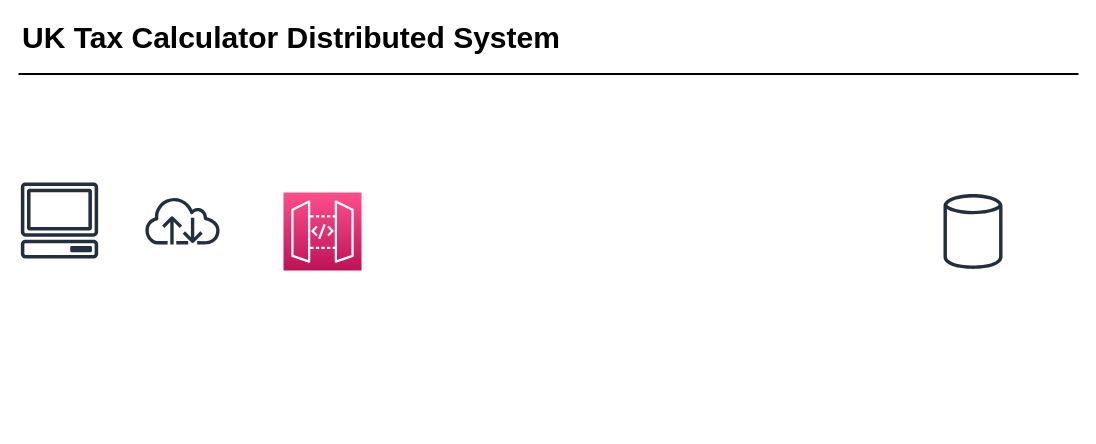
Above: TaxCalculator.drawio in Ydiren/TaxCalculator (draw.io), before the change. Source tidied: cells renumbered, new cells numbered last; positions are measured from the earlier drawing's top-left corner, leaving out a move shared by most shapes. Both pictures are drawn from the tidied source at 100%, with x=0, y=0 at pixel (18, 16).
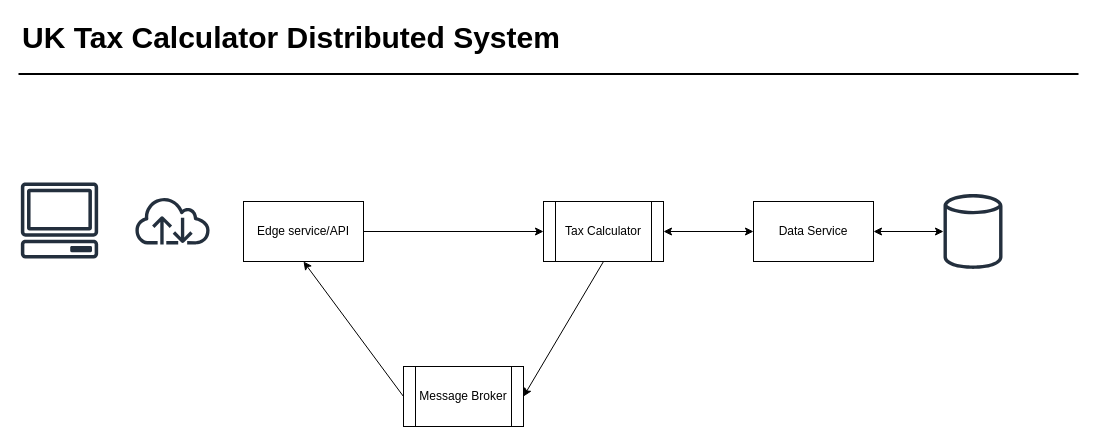
After the change.

Change to the diagram source:
```diff
@@
 <mxGraphModel>
   <root>
     <mxCell id="0" />
     <mxCell id="1" parent="0" />
     <mxCell id="2" value="UK Tax Calculator Distributed System" style="text;html=1;align=left;verticalAlign=top;spacingTop=-4;fontSize=30;fontStyle=1;" parent="1" vertex="1">
       <mxGeometry x="1.5" y="0.5" width="560" height="40" as="geometry" />
     </mxCell>
     <mxCell id="3" style="line;strokeWidth=2;html=1;fontSize=14;" parent="1" vertex="1">
       <mxGeometry y="52.5" width="1060" height="10" as="geometry" />
     </mxCell>
     <mxCell id="4" style="sketch=0;fontColor=#232F3E;gradientColor=none;fillColor=#232F3D;strokeColor=none;dashed=0;verticalLabelPosition=bottom;verticalAlign=top;align=center;html=1;fontSize=12;fontStyle=0;shape=mxgraph.aws4.client;" parent="1" vertex="1">
       <mxGeometry x="2" y="166" width="78" height="76" as="geometry" />
     </mxCell>
     <mxCell id="5" style="sketch=0;outlineConnect=0;fontColor=#232F3E;gradientColor=none;fillColor=#232F3D;strokeColor=none;dashed=0;verticalLabelPosition=bottom;verticalAlign=top;align=center;html=1;fontSize=12;fontStyle=0;shape=mxgraph.aws4.generic_database;" parent="1" vertex="1">
       <mxGeometry x="925" y="176" width="59" height="78" as="geometry" />
     </mxCell>
     <mxCell id="6" style="sketch=0;fontColor=#232F3E;gradientColor=none;fillColor=#232F3D;strokeColor=none;dashed=0;verticalLabelPosition=bottom;verticalAlign=top;align=center;html=1;fontSize=12;fontStyle=0;shape=mxgraph.aws4.internet;" parent="1" vertex="1">
-      <mxGeometry x="125" y="180" width="78" height="48" as="geometry" />
+      <mxGeometry x="115" y="180" width="78" height="48" as="geometry" />
     </mxCell>
-    <mxCell id="7" style="sketch=0;fontColor=#232F3E;gradientColor=#FF4F8B;gradientDirection=north;fillColor=#BC1356;strokeColor=#ffffff;dashed=0;verticalLabelPosition=bottom;verticalAlign=top;align=center;html=1;fontSize=12;fontStyle=0;shape=mxgraph.aws4.resourceIcon;resIcon=mxgraph.aws4.api_gateway;" parent="1" vertex="1">
-      <mxGeometry x="265" y="176" width="78" height="78" as="geometry" />
-    </mxCell>
+    <mxCell id="8" value="Message Broker" style="shape=process;whiteSpace=wrap;html=1;backgroundOutline=1;" parent="1" vertex="1">
+      <mxGeometry x="385" y="350" width="120" height="60" as="geometry" />
+    </mxCell>
+    <mxCell id="9" value="Data Service" style="rounded=0;whiteSpace=wrap;html=1;" parent="1" vertex="1">
+      <mxGeometry x="735" y="185" width="120" height="60" as="geometry" />
+    </mxCell>
+    <mxCell id="10" value="Edge service/API" style="rounded=0;whiteSpace=wrap;html=1;" parent="1" vertex="1">
+      <mxGeometry x="225" y="185" width="120" height="60" as="geometry" />
+    </mxCell>
+    <mxCell id="11" value="Tax Calculator" style="shape=process;whiteSpace=wrap;html=1;backgroundOutline=1;" parent="1" vertex="1">
+      <mxGeometry x="525" y="185" width="120" height="60" as="geometry" />
+    </mxCell>
+    <mxCell id="12" style="endArrow=classic;html=1;rounded=0;exitX=1;exitY=0.5;exitDx=0;exitDy=0;entryX=0;entryY=0.5;entryDx=0;entryDy=0;" parent="1" edge="1" source="10" target="11">
+      <mxGeometry relative="1" as="geometry" />
+    </mxCell>
+    <mxCell id="13" style="endArrow=classic;html=1;rounded=0;exitX=1;exitY=0.5;exitDx=0;exitDy=0;entryX=0;entryY=0.5;entryDx=0;entryDy=0;startArrow=classic;startFill=1;" parent="1" edge="1" source="11" target="9">
+      <mxGeometry relative="1" as="geometry" />
+    </mxCell>
+    <mxCell id="14" style="endArrow=classic;startArrow=classic;html=1;rounded=0;exitX=1;exitY=0.5;exitDx=0;exitDy=0;" parent="1" edge="1" source="9" target="5">
+      <mxGeometry relative="1" as="geometry" />
+    </mxCell>
+    <mxCell id="15" style="endArrow=classic;html=1;rounded=0;exitX=0.5;exitY=1;exitDx=0;exitDy=0;entryX=1;entryY=0.5;entryDx=0;entryDy=0;" parent="1" edge="1" source="11" target="8">
+      <mxGeometry relative="1" as="geometry" />
+    </mxCell>
+    <mxCell id="16" style="endArrow=classic;html=1;rounded=0;entryX=0.5;entryY=1;entryDx=0;entryDy=0;exitX=0;exitY=0.5;exitDx=0;exitDy=0;" parent="1" edge="1" source="8" target="10">
+      <mxGeometry relative="1" as="geometry" />
+    </mxCell>
   </root>
 </mxGraphModel>
```
